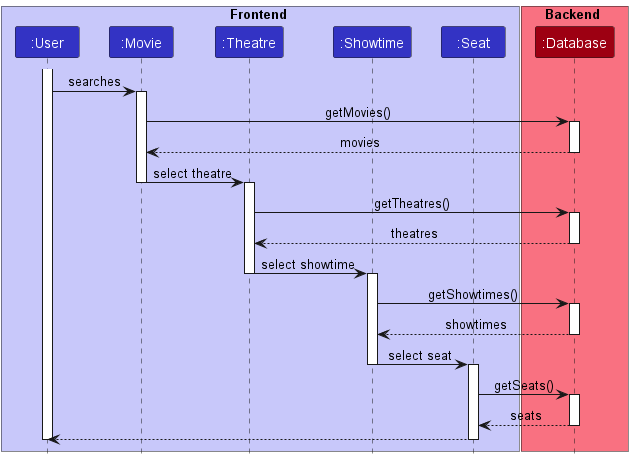
The PlantUML diagram Diagrams/Select_Movie.png in sid-menon/ENSF480-FinalProj, before a commit.
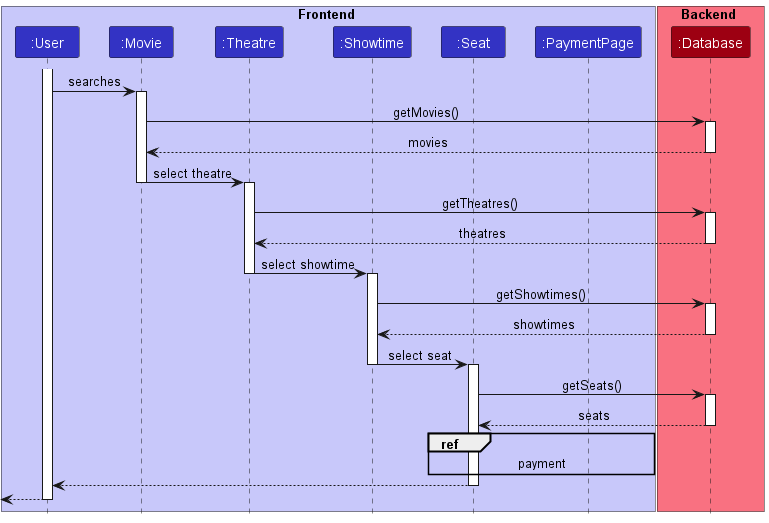
Later version of the same file.

The edit, as a diff of the source:
```diff
@@ -6,6 +6,7 @@
 participant ":Theatre" as theatre LOGIC_COLOR
 participant ":Showtime" as showtime LOGIC_COLOR
 participant ":Seat" as seat LOGIC_COLOR
+participant ":PaymentPage" as paymentPage LOGIC_COLOR
 end box
 
 box Backend MODEL_COLOR_T1
@@ -52,7 +53,12 @@
 database --> seat: seats
 deactivate database
 
+ref over seat, paymentPage
+    payment
+end ref
+
 seat --> user
 deactivate seat
+[<-- user
 deactivate user
 @enduml
```
